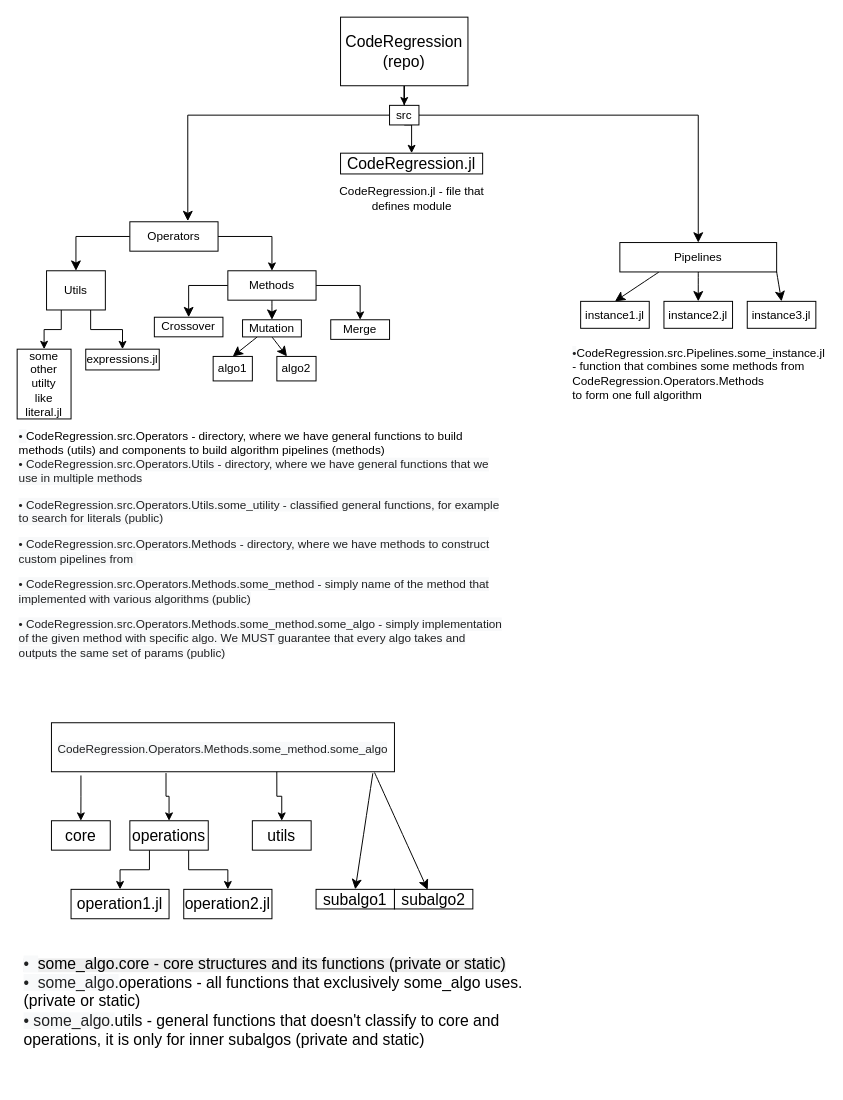
The draw.io diagram new_coderegression.drawio in gojakuch/CodeRegression.jl, before the edit. Source tidied: cells renumbered, new cells numbered last; positions are measured from the earlier drawing's top-left corner, leaving out a move shared by most shapes. Both pictures are drawn from the tidied source at 98%, with x=0, y=0 at pixel (17, 17).
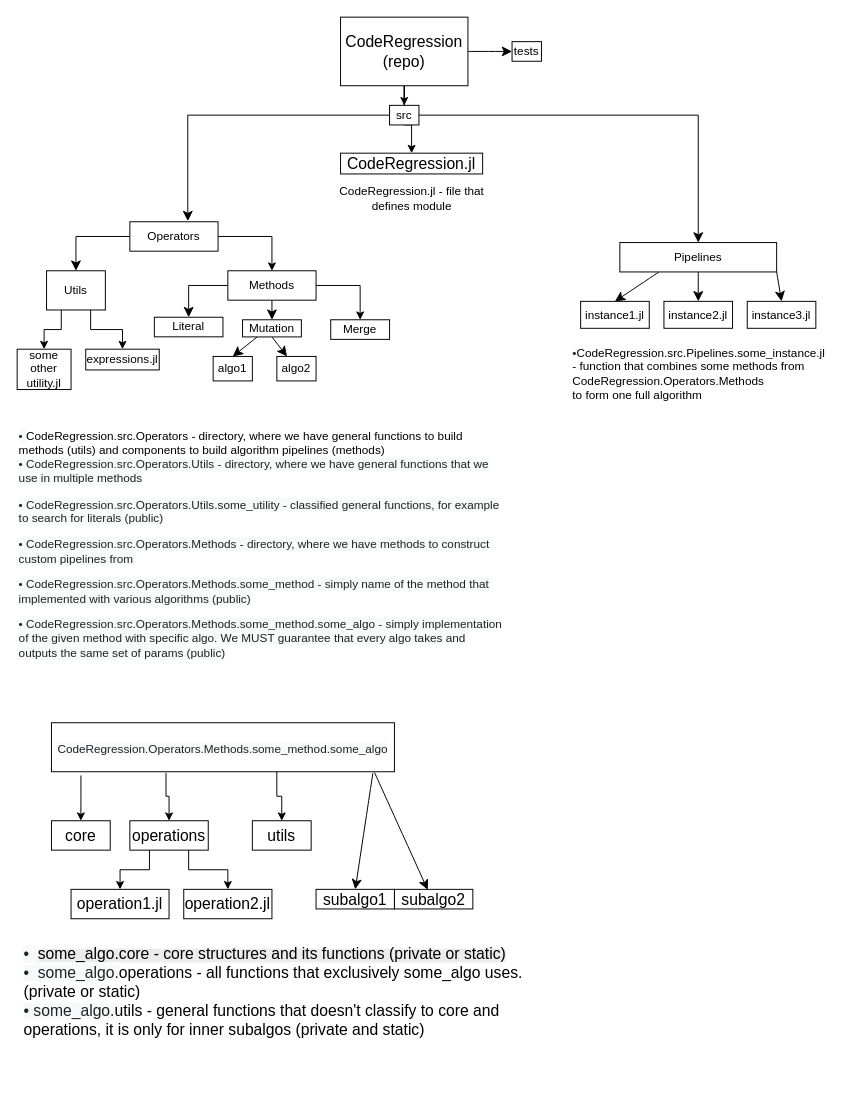
The same diagram, later.

The change refers to these unchanged cells:
```xml
<mxCell id="5" value="CodeRegression&lt;div&gt;(repo)&lt;/div&gt;" style="rounded=0;whiteSpace=wrap;html=1;fontSize=16;" parent="1" vertex="1">
  <mxGeometry x="330" width="130" height="70" as="geometry" />
</mxCell>
<mxCell id="40" value="&lt;div&gt;Utils&lt;/div&gt;" style="rounded=0;whiteSpace=wrap;html=1;" parent="1" vertex="1">
  <mxGeometry x="30" y="258.8" width="60" height="40" as="geometry" />
</mxCell>
<mxCell id="43" value="Methods" style="rounded=0;whiteSpace=wrap;html=1;" parent="1" vertex="1">
  <mxGeometry x="215" y="258.8" width="90" height="30" as="geometry" />
</mxCell>
```

Change to the diagram source:
```diff
@@
+    <mxCell id="58" style="edgeStyle=none;curved=1;rounded=0;jettySize=auto;html=1;exitX=1;exitY=0.5;exitDx=0;exitDy=0;fontSize=12;startSize=8;endSize=8;entryX=0;entryY=0.5;entryDx=0;entryDy=0;" parent="1" edge="1" source="5" target="63">
+      <mxGeometry relative="1" as="geometry" />
+    </mxCell>
@@
-    <mxCell id="6" style="edgeStyle=orthogonalEdgeStyle;rounded=0;jettySize=auto;html=1;exitX=0;exitY=0.5;exitDx=0;exitDy=0;fontSize=12;startSize=8;endSize=8;entryX=0.5;entryY=0;entryDx=0;entryDy=0;" parent="1" edge="1" source="43" target="18">
-      <mxGeometry relative="1" as="geometry" />
-    </mxCell>
+    <mxCell id="59" style="edgeStyle=orthogonalEdgeStyle;rounded=0;jettySize=auto;html=1;exitX=0;exitY=0.5;exitDx=0;exitDy=0;fontSize=12;startSize=8;endSize=8;entryX=0.5;entryY=0;entryDx=0;entryDy=0;" parent="1" edge="1" source="43" target="60">
+      <mxGeometry relative="1" as="geometry" />
+    </mxCell>
@@
-    <mxCell id="18" value="Crossover" style="rounded=0;whiteSpace=wrap;html=1;" parent="1" vertex="1">
-      <mxGeometry x="140" y="306.2" width="70" height="20" as="geometry" />
-    </mxCell>
+    <mxCell id="60" value="Literal" style="rounded=0;whiteSpace=wrap;html=1;" parent="1" vertex="1">
+      <mxGeometry x="140" y="306.2" width="70" height="20" as="geometry" />
+    </mxCell>
@@
-    <mxCell id="38" style="edgeStyle=orthogonalEdgeStyle;rounded=0;jettySize=auto;html=1;exitX=0.25;exitY=1;exitDx=0;exitDy=0;entryX=0;entryY=0.5;entryDx=0;entryDy=0;" parent="1" edge="1" source="40" target="45">
-      <mxGeometry relative="1" as="geometry" />
-    </mxCell>
+    <mxCell id="61" style="edgeStyle=orthogonalEdgeStyle;rounded=0;jettySize=auto;html=1;exitX=0.25;exitY=1;exitDx=0;exitDy=0;entryX=0;entryY=0.5;entryDx=0;entryDy=0;" parent="1" edge="1" source="40" target="62">
+      <mxGeometry relative="1" as="geometry" />
+    </mxCell>
@@
-    <mxCell id="45" value="some other&lt;div&gt;utilty&lt;/div&gt;&lt;div&gt;like&lt;/div&gt;&lt;div&gt;literal.jl&lt;/div&gt;" style="rounded=0;whiteSpace=wrap;html=1;direction=south;" parent="1" vertex="1">
-      <mxGeometry y="338.8" width="55" height="71.2" as="geometry" />
-    </mxCell>
+    <mxCell id="62" value="some other&lt;div&gt;utility&lt;span style=&quot;background-color: transparent; color: light-dark(rgb(0, 0, 0), rgb(255, 255, 255));&quot;&gt;.jl&lt;/span&gt;&lt;/div&gt;" style="rounded=0;whiteSpace=wrap;html=1;direction=south;" parent="1" vertex="1">
+      <mxGeometry y="338.8" width="55" height="41.2" as="geometry" />
+    </mxCell>
@@
     <mxCell id="49" value="&lt;span style=&quot;color: rgb(0, 0, 0); font-family: Helvetica; font-style: normal; font-variant-ligatures: normal; font-variant-caps: normal; font-weight: 400; letter-spacing: normal; orphans: 2; text-indent: 0px; text-transform: none; widows: 2; word-spacing: 0px; -webkit-text-stroke-width: 0px; caret-color: rgba(0, 0, 0, 0); white-space: normal; background-color: rgb(236, 236, 236); text-decoration-thickness: initial; text-decoration-style: initial; text-decoration-color: initial; float: none; display: inline !important;&quot;&gt;&lt;font style=&quot;font-size: 16px;&quot;&gt;&lt;span style=&quot;color: rgb(32, 33, 34); background-color: rgb(248, 249, 250);&quot;&gt;•&amp;nbsp;&amp;nbsp;&lt;/span&gt;some_algo.core - core structures and its functions (private or static)&lt;br&gt;&lt;/font&gt;&lt;/span&gt;&lt;div&gt;&lt;font style=&quot;font-size: 16px;&quot;&gt;&lt;span style=&quot;background-color: rgb(248, 249, 250); color: rgb(32, 33, 34);&quot;&gt;•&amp;nbsp; some_algo.&lt;/span&gt;operations - all functions that exclusively some_algo uses. (private or static)&lt;br&gt;&lt;/font&gt;&lt;div&gt;&lt;div style=&quot;&quot;&gt;&lt;font style=&quot;font-size: 16px;&quot;&gt;&lt;span style=&quot;background-color: rgb(248, 249, 250); color: rgb(32, 33, 34);&quot;&gt;• some_algo.&lt;/span&gt;utils - general functions that doesn't classify to core and operations, it is only for inner subalgos (&lt;span style=&quot;background-color: transparent; color: light-dark(rgb(0, 0, 0), rgb(255, 255, 255));&quot;&gt;private and static&lt;/span&gt;&lt;span style=&quot;background-color: transparent; color: light-dark(rgb(0, 0, 0), rgb(255, 255, 255));&quot;&gt;)&lt;/span&gt;&lt;/font&gt;&lt;/div&gt;&lt;div style=&quot;&quot;&gt;&lt;font style=&quot;font-size: 16px;&quot;&gt;&lt;br&gt;&lt;/font&gt;&lt;/div&gt;&lt;div&gt;&lt;div&gt;&lt;br&gt;&lt;/div&gt;&lt;/div&gt;&lt;/div&gt;&lt;/div&gt;" style="text;whiteSpace=wrap;html=1;align=left;" parent="1" vertex="1">
-      <mxGeometry x="5" y="950" width="560" height="120" as="geometry" />
+      <mxGeometry x="5" y="940" width="560" height="120" as="geometry" />
     </mxCell>
@@
+    <mxCell id="63" value="tests" style="rounded=0;whiteSpace=wrap;html=1;" parent="1" vertex="1">
+      <mxGeometry x="505" y="25" width="30" height="20" as="geometry" />
+    </mxCell>
```
